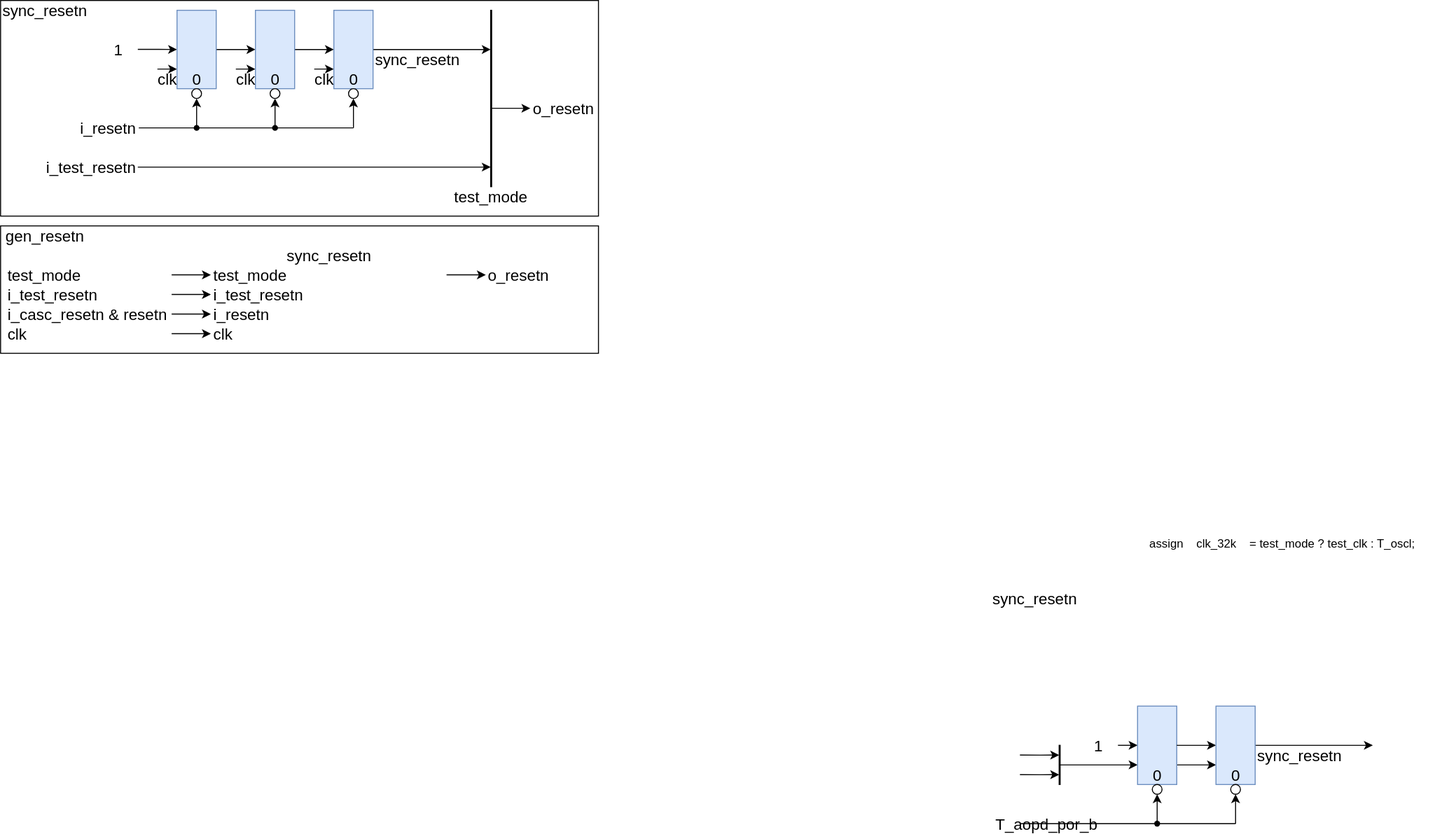
Earlier version of the draw.io export de/platform_clk_resetn_gen/platform_resetn/include/resetn_design 1.svg (jnjnliwenjie0022/obs). Source tidied: cells renumbered, new cells last; positions are measured from the earlier drawing's top-left corner, leaving out a move shared by most shapes.
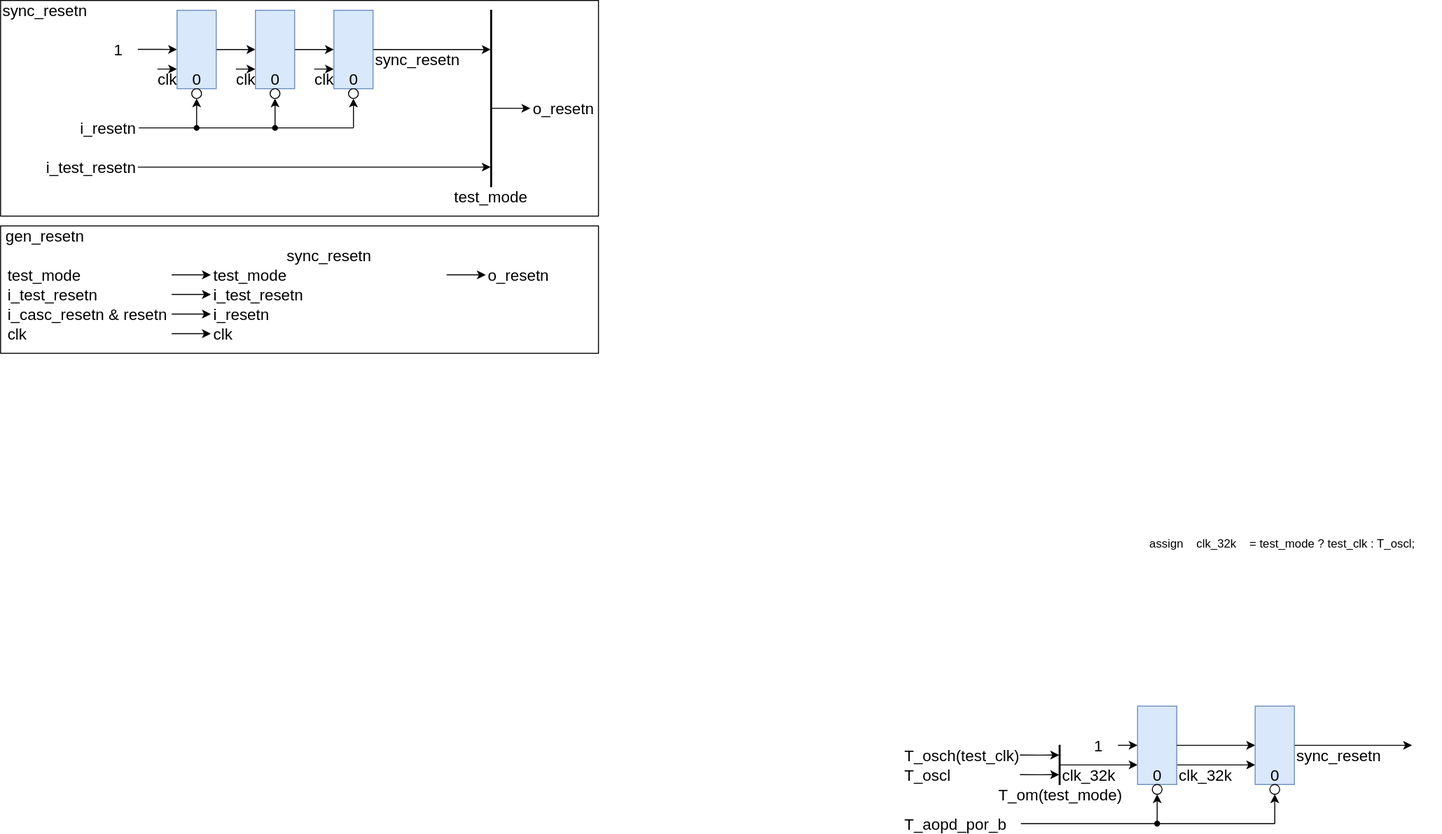
Above is the later version.

What changed in the source:
```diff
@@ -225,16 +225,16 @@
     </mxCell>
     <mxCell id="61" style="edgeStyle=orthogonalEdgeStyle;rounded=0;jettySize=auto;html=1;exitX=1;exitY=0.5;exitDx=0;exitDy=0;" parent="1" edge="1" source="63">
       <mxGeometry relative="1" as="geometry">
-        <mxPoint x="1400" y="760" as="targetPoint" />
+        <mxPoint x="1440" y="760" as="targetPoint" />
       </mxGeometry>
     </mxCell>
     <mxCell id="62" style="edgeStyle=orthogonalEdgeStyle;rounded=0;jettySize=auto;html=1;exitX=0.5;exitY=1;exitDx=0;exitDy=0;entryX=0.5;entryY=1;entryDx=0;entryDy=0;" parent="1" edge="1" target="72">
       <mxGeometry relative="1" as="geometry">
-        <mxPoint x="1260" y="840" as="sourcePoint" />
+        <mxPoint x="1300" y="840" as="sourcePoint" />
       </mxGeometry>
     </mxCell>
     <mxCell id="63" style="rounded=0;whiteSpace=wrap;html=1;fontSize=16;fillColor=#dae8fc;strokeColor=#6c8ebf;" parent="1" vertex="1">
-      <mxGeometry x="1240" y="720" width="40" height="80" as="geometry" />
+      <mxGeometry x="1280" y="720" width="40" height="80" as="geometry" />
     </mxCell>
     <mxCell id="64" value="1" style="rounded=0;whiteSpace=wrap;html=1;fontSize=16;fillColor=none;strokeColor=none;" parent="1" vertex="1">
       <mxGeometry x="1100" y="740" width="40" height="40" as="geometry" />
@@ -242,33 +242,30 @@
     <mxCell id="65" style="edgeStyle=orthogonalEdgeStyle;rounded=0;orthogonalLoop=1;jettySize=auto;html=1;endArrow=none;endFill=0;" parent="1" edge="1">
       <mxGeometry relative="1" as="geometry">
         <mxPoint x="1041" y="840" as="sourcePoint" />
-        <mxPoint x="1260" y="840" as="targetPoint" />
+        <mxPoint x="1300" y="840" as="targetPoint" />
       </mxGeometry>
     </mxCell>
     <mxCell id="66" style="shape=waypoint;sketch=0;size=6;fillColor=none;perimeter=centerPerimeter;" parent="1" vertex="1">
       <mxGeometry x="1170" y="830" width="20" height="20" as="geometry" />
     </mxCell>
-    <mxCell id="67" value="T_aopd_por_b" style="rounded=0;whiteSpace=wrap;html=1;fontSize=16;fillColor=none;strokeColor=none;align=right;" parent="1" vertex="1">
-      <mxGeometry x="1040.5" y="830" width="80" height="20" as="geometry" />
+    <mxCell id="67" value="T_aopd_por_b" style="rounded=0;whiteSpace=wrap;html=1;fontSize=16;fillColor=none;strokeColor=none;align=left;" parent="1" vertex="1">
+      <mxGeometry x="920" y="830" width="120" height="20" as="geometry" />
     </mxCell>
     <mxCell id="68" value="sync_resetn" style="rounded=0;whiteSpace=wrap;html=1;fontSize=16;fillColor=none;strokeColor=none;align=left;" parent="1" vertex="1">
-      <mxGeometry x="1280" y="760" width="80" height="20" as="geometry" />
+      <mxGeometry x="1320" y="760" width="80" height="20" as="geometry" />
     </mxCell>
     <mxCell id="69" value="0" style="rounded=0;whiteSpace=wrap;html=1;fontSize=16;fillColor=none;strokeColor=none;align=center;" parent="1" vertex="1">
       <mxGeometry x="1170" y="780" width="20" height="20" as="geometry" />
     </mxCell>
     <mxCell id="70" value="0" style="rounded=0;whiteSpace=wrap;html=1;fontSize=16;fillColor=none;strokeColor=none;align=center;" parent="1" vertex="1">
-      <mxGeometry x="1250" y="780" width="20" height="20" as="geometry" />
+      <mxGeometry x="1290" y="780" width="20" height="20" as="geometry" />
     </mxCell>
     <mxCell id="71" style="ellipse;whiteSpace=wrap;html=1;" parent="1" vertex="1">
       <mxGeometry x="1175" y="800" width="10" height="10" as="geometry" />
     </mxCell>
     <mxCell id="72" style="ellipse;whiteSpace=wrap;html=1;" parent="1" vertex="1">
-      <mxGeometry x="1255" y="800" width="10" height="10" as="geometry" />
+      <mxGeometry x="1295" y="800" width="10" height="10" as="geometry" />
     </mxCell>
-    <mxCell id="73" value="sync_resetn" style="rounded=0;whiteSpace=wrap;html=1;fontSize=16;fillColor=none;strokeColor=none;align=center;" parent="1" vertex="1">
-      <mxGeometry x="1010" y="600" width="90" height="20" as="geometry" />
-    </mxCell>
     <mxCell id="74" value="assign    clk_32k    = test_mode ? test_clk : T_oscl;" style="text;whiteSpace=wrap;" parent="1" vertex="1">
       <mxGeometry x="1170" y="540" width="300" height="40" as="geometry" />
     </mxCell>
@@ -287,5 +284,20 @@
     <mxCell id="77" style="rounded=0;whiteSpace=wrap;html=1;fontSize=16;fillColor=#000000;" parent="1" vertex="1">
       <mxGeometry x="1080" y="760" width="1" height="40" as="geometry" />
     </mxCell>
+    <mxCell id="78" value="T_oscl" style="rounded=0;whiteSpace=wrap;html=1;fontSize=16;fillColor=none;strokeColor=none;align=left;" parent="1" vertex="1">
+      <mxGeometry x="920" y="780" width="120" height="20" as="geometry" />
+    </mxCell>
+    <mxCell id="79" value="T_osch(test_clk)" style="rounded=0;whiteSpace=wrap;html=1;fontSize=16;fillColor=none;strokeColor=none;align=left;" parent="1" vertex="1">
+      <mxGeometry x="920" y="760" width="120" height="20" as="geometry" />
+    </mxCell>
+    <mxCell id="80" value="T_om(test_mode)" style="rounded=0;whiteSpace=wrap;html=1;fontSize=16;fillColor=none;strokeColor=none;align=center;" parent="1" vertex="1">
+      <mxGeometry x="1055.5" y="800" width="50" height="20" as="geometry" />
+    </mxCell>
+    <mxCell id="81" value="clk_32k" style="rounded=0;whiteSpace=wrap;html=1;fontSize=16;fillColor=none;strokeColor=none;align=left;" parent="1" vertex="1">
+      <mxGeometry x="1081" y="780" width="80" height="20" as="geometry" />
+    </mxCell>
+    <mxCell id="82" value="clk_32k" style="rounded=0;whiteSpace=wrap;html=1;fontSize=16;fillColor=none;strokeColor=none;align=left;" parent="1" vertex="1">
+      <mxGeometry x="1200" y="780" width="80" height="20" as="geometry" />
+    </mxCell>
   </root>
 </mxGraphModel>
```
